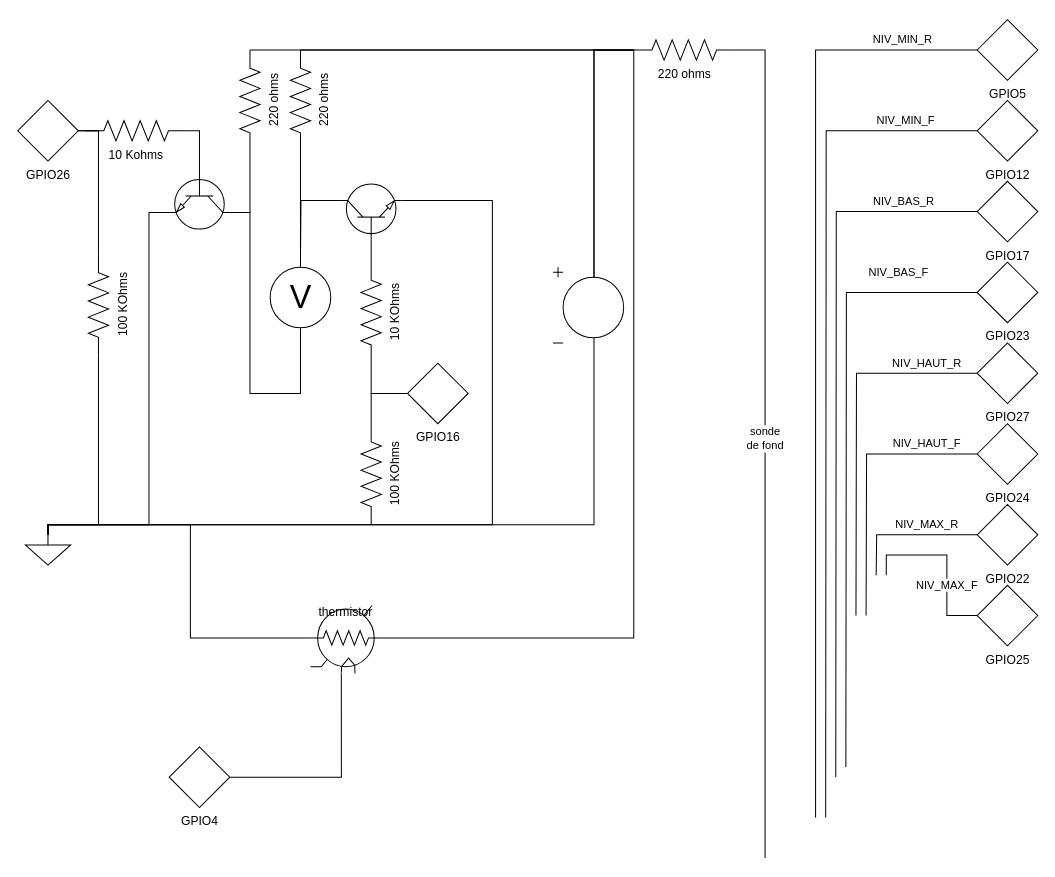
The draw.io diagram CabanaSucre.drawio in elfelip/cabanasucre, before the edit. Source tidied: cells renumbered, new cells numbered last; positions are measured from the earlier drawing's top-left corner, leaving out a move shared by most shapes. Both pictures are drawn from the tidied source at 101%, with x=0, y=0 at pixel (17, 19).
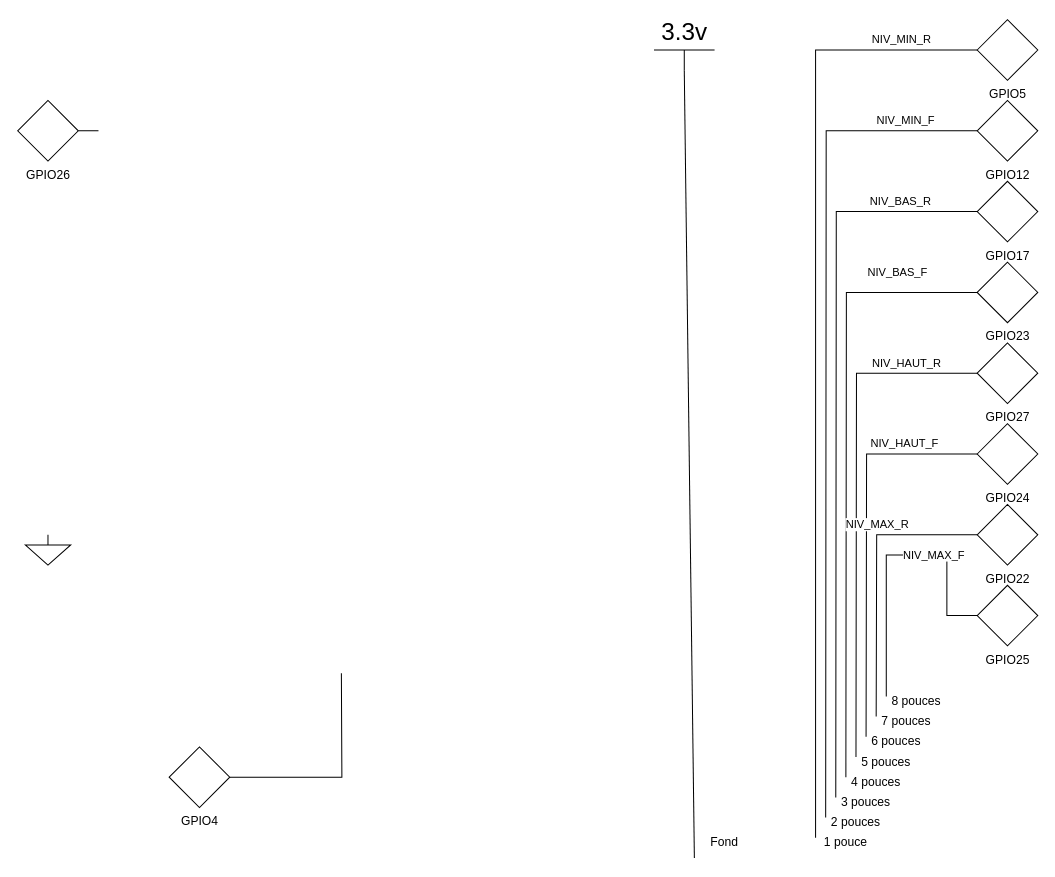
Above is the later version.

Unchanged cells that the change refers to:
```xml
<mxCell id="9" value="GPIO5" style="verticalLabelPosition=bottom;shadow=0;dashed=0;align=center;html=1;verticalAlign=top;shape=mxgraph.electrical.signal_sources.source;points=[[0.5,0,0],[1,0.5,0],[0.5,1,0],[0,0.5,0]];elSignalType=none;elSourceType=dependent;" parent="1" vertex="1">
  <mxGeometry x="950" width="60" height="60" as="geometry" />
</mxCell>
<mxCell id="13" value="GPIO17" style="verticalLabelPosition=bottom;shadow=0;dashed=0;align=center;html=1;verticalAlign=top;shape=mxgraph.electrical.signal_sources.source;points=[[0.5,0,0],[1,0.5,0],[0.5,1,0],[0,0.5,0]];elSignalType=none;elSourceType=dependent;" parent="1" vertex="1">
  <mxGeometry x="950" y="160" width="60" height="60" as="geometry" />
</mxCell>
<mxCell id="15" value="GPIO23" style="verticalLabelPosition=bottom;shadow=0;dashed=0;align=center;html=1;verticalAlign=top;shape=mxgraph.electrical.signal_sources.source;points=[[0.5,0,0],[1,0.5,0],[0.5,1,0],[0,0.5,0]];elSignalType=none;elSourceType=dependent;" parent="1" vertex="1">
  <mxGeometry x="950" y="240" width="60" height="60" as="geometry" />
</mxCell>
<mxCell id="17" value="GPIO27" style="verticalLabelPosition=bottom;shadow=0;dashed=0;align=center;html=1;verticalAlign=top;shape=mxgraph.electrical.signal_sources.source;points=[[0.5,0,0],[1,0.5,0],[0.5,1,0],[0,0.5,0]];elSignalType=none;elSourceType=dependent;" parent="1" vertex="1">
  <mxGeometry x="950" y="320" width="60" height="60" as="geometry" />
</mxCell>
<mxCell id="19" value="GPIO24" style="verticalLabelPosition=bottom;shadow=0;dashed=0;align=center;html=1;verticalAlign=top;shape=mxgraph.electrical.signal_sources.source;points=[[0.5,0,0],[1,0.5,0],[0.5,1,0],[0,0.5,0]];elSignalType=none;elSourceType=dependent;" parent="1" vertex="1">
  <mxGeometry x="950" y="400" width="60" height="60" as="geometry" />
</mxCell>
<mxCell id="21" value="GPIO22" style="verticalLabelPosition=bottom;shadow=0;dashed=0;align=center;html=1;verticalAlign=top;shape=mxgraph.electrical.signal_sources.source;points=[[0.5,0,0],[1,0.5,0],[0.5,1,0],[0,0.5,0]];elSignalType=none;elSourceType=dependent;" parent="1" vertex="1">
  <mxGeometry x="950" y="480" width="60" height="60" as="geometry" />
</mxCell>
<mxCell id="23" value="GPIO25" style="verticalLabelPosition=bottom;shadow=0;dashed=0;align=center;html=1;verticalAlign=top;shape=mxgraph.electrical.signal_sources.source;points=[[0.5,0,0],[1,0.5,0],[0.5,1,0],[0,0.5,0]];elSignalType=none;elSourceType=dependent;" parent="1" vertex="1">
  <mxGeometry x="950" y="560" width="60" height="60" as="geometry" />
</mxCell>
<mxCell id="31" style="verticalLabelPosition=bottom;shadow=0;dashed=0;align=center;html=1;verticalAlign=top;shape=mxgraph.electrical.signal_sources.signal_ground;" parent="1" vertex="1">
  <mxGeometry x="7.5" y="510" width="45" height="30" as="geometry" />
</mxCell>
<mxCell id="33" value="GPIO26" style="verticalLabelPosition=bottom;shadow=0;dashed=0;align=center;html=1;verticalAlign=top;shape=mxgraph.electrical.signal_sources.source;points=[[0.5,0,0],[1,0.5,0],[0.5,1,0],[0,0.5,0]];elSignalType=none;elSourceType=dependent;" parent="1" vertex="1">
  <mxGeometry y="80" width="60" height="60" as="geometry" />
</mxCell>
<mxCell id="51" value="GPIO4" style="verticalLabelPosition=bottom;shadow=0;dashed=0;align=center;html=1;verticalAlign=top;shape=mxgraph.electrical.signal_sources.source;points=[[0.5,0,0],[1,0.5,0],[0.5,1,0],[0,0.5,0]];elSignalType=none;elSourceType=dependent;" parent="1" vertex="1">
  <mxGeometry x="150" y="720" width="60" height="60" as="geometry" />
</mxCell>
```

The edit, as a diff of the source:
```diff
@@
-    <mxCell id="2" style="edgeStyle=orthogonalEdgeStyle;rounded=0;jettySize=auto;html=1;entryX=0;entryY=0.5;entryDx=0;entryDy=0;entryPerimeter=0;exitX=0.58;exitY=0.135;exitDx=0;exitDy=0;exitPerimeter=0;endArrow=none;endFill=0;" parent="1" edge="1" source="4" target="7">
-      <mxGeometry relative="1" as="geometry">
-        <Array as="points">
-          <mxPoint x="571" y="30" />
-        </Array>
-      </mxGeometry>
-    </mxCell>
-    <mxCell id="3" style="edgeStyle=orthogonalEdgeStyle;rounded=0;jettySize=auto;html=1;exitX=0.58;exitY=0.935;exitDx=0;exitDy=0;exitPerimeter=0;endArrow=none;endFill=0;entryX=0.5;entryY=0;entryDx=0;entryDy=0;entryPerimeter=0;" parent="1" edge="1" source="4" target="31">
-      <mxGeometry relative="1" as="geometry">
-        <Array as="points">
-          <mxPoint x="571" y="500" />
-        </Array>
-      </mxGeometry>
-    </mxCell>
-    <mxCell id="4" style="verticalLabelPosition=bottom;shadow=0;dashed=0;align=center;html=1;verticalAlign=top;shape=mxgraph.electrical.signal_sources.dc_source_1;" parent="1" vertex="1">
-      <mxGeometry x="530" y="245" width="70" height="75" as="geometry" />
-    </mxCell>
-    <mxCell id="5" value="&lt;div&gt;sonde&lt;/div&gt;&lt;div&gt;de fond&lt;br&gt;&lt;/div&gt;" style="edgeStyle=orthogonalEdgeStyle;rounded=0;jettySize=auto;html=1;exitX=1;exitY=0.5;exitDx=0;exitDy=0;exitPerimeter=0;endArrow=none;endFill=0;" parent="1" edge="1" source="7">
-      <mxGeometry relative="1" as="geometry">
-        <mxPoint x="740" y="830" as="targetPoint" />
-        <Array as="points">
-          <mxPoint x="740" y="30" />
-        </Array>
-      </mxGeometry>
-    </mxCell>
-    <mxCell id="6" style="edgeStyle=orthogonalEdgeStyle;rounded=0;jettySize=auto;html=1;exitX=0;exitY=0.5;exitDx=0;exitDy=0;exitPerimeter=0;entryX=1;entryY=0.5;entryDx=0;entryDy=0;entryPerimeter=0;endArrow=none;endFill=0;" parent="1" edge="1" source="7" target="37">
-      <mxGeometry relative="1" as="geometry">
-        <Array as="points">
-          <mxPoint x="480" y="30" />
-          <mxPoint x="480" y="30" />
-        </Array>
-      </mxGeometry>
-    </mxCell>
-    <mxCell id="7" value="220 ohms" style="verticalLabelPosition=bottom;shadow=0;dashed=0;align=center;html=1;verticalAlign=top;shape=mxgraph.electrical.resistors.resistor_2;" parent="1" vertex="1">
-      <mxGeometry x="610" y="20" width="100" height="20" as="geometry" />
-    </mxCell>
     <mxCell id="8" value="NIV_MIN_R" style="edgeStyle=orthogonalEdgeStyle;rounded=0;jettySize=auto;html=1;endArrow=none;endFill=0;exitX=0;exitY=0.5;exitDx=0;exitDy=0;exitPerimeter=0;" parent="1" edge="1" source="9">
       <mxGeometry x="-0.84" y="-10" relative="1" as="geometry">
-        <mxPoint x="790" y="790" as="targetPoint" />
+        <mxPoint x="790" y="810" as="targetPoint" />
         <Array as="points">
           <mxPoint x="790" y="30" />
         </Array>
       </mxGeometry>
     </mxCell>
@@
     <mxCell id="12" value="NIV_BAS_R" style="edgeStyle=orthogonalEdgeStyle;rounded=0;jettySize=auto;html=1;endArrow=none;endFill=0;" parent="1" edge="1" source="13">
       <mxGeometry x="-0.79" y="-10" relative="1" as="geometry">
-        <mxPoint x="810" y="750" as="targetPoint" />
+        <mxPoint x="810" y="770" as="targetPoint" />
       </mxGeometry>
     </mxCell>
@@
     <mxCell id="14" value="NIV_BAS_F" style="edgeStyle=orthogonalEdgeStyle;rounded=0;jettySize=auto;html=1;exitX=0;exitY=0.5;exitDx=0;exitDy=0;exitPerimeter=0;endArrow=none;endFill=0;" parent="1" edge="1" source="15">
       <mxGeometry x="-0.74" y="-20" relative="1" as="geometry">
-        <mxPoint x="820" y="740" as="targetPoint" />
+        <mxPoint x="820" y="750" as="targetPoint" />
       </mxGeometry>
     </mxCell>
@@
     <mxCell id="16" value="NIV_HAUT_R" style="edgeStyle=orthogonalEdgeStyle;rounded=0;jettySize=auto;html=1;endArrow=none;endFill=0;" parent="1" edge="1" source="17">
       <mxGeometry x="-0.72" y="-10" relative="1" as="geometry">
-        <mxPoint x="830" y="590" as="targetPoint" />
+        <mxPoint x="830" y="730" as="targetPoint" />
       </mxGeometry>
     </mxCell>
@@
     <mxCell id="18" value="&lt;div&gt;NIV_HAUT_F&lt;/div&gt;" style="edgeStyle=orthogonalEdgeStyle;rounded=0;jettySize=auto;html=1;endArrow=none;endFill=0;" parent="1" edge="1" source="19">
       <mxGeometry x="-0.63" y="-10" relative="1" as="geometry">
-        <mxPoint x="840" y="590" as="targetPoint" />
+        <mxPoint x="840" y="710" as="targetPoint" />
       </mxGeometry>
     </mxCell>
@@
     <mxCell id="20" value="NIV_MAX_R" style="edgeStyle=orthogonalEdgeStyle;rounded=0;jettySize=auto;html=1;endArrow=none;endFill=0;" parent="1" edge="1" source="21">
       <mxGeometry x="-0.29" y="-10" relative="1" as="geometry">
-        <mxPoint x="850" y="550" as="targetPoint" />
+        <mxPoint x="850" y="690" as="targetPoint" />
       </mxGeometry>
     </mxCell>
@@
     <mxCell id="22" value="NIV_MAX_F" style="edgeStyle=orthogonalEdgeStyle;rounded=0;jettySize=auto;html=1;endArrow=none;endFill=0;" parent="1" edge="1" source="23">
       <mxGeometry x="-0.29" relative="1" as="geometry">
-        <mxPoint x="860" y="550" as="targetPoint" />
+        <mxPoint x="860" y="670" as="targetPoint" />
         <Array as="points">
           <mxPoint x="920" y="590" />
           <mxPoint x="920" y="530" />
           <mxPoint x="860" y="530" />
         </Array>
       </mxGeometry>
     </mxCell>
@@
-    <mxCell id="24" value="V" style="verticalLabelPosition=middle;shadow=0;dashed=0;align=center;html=1;verticalAlign=middle;strokeWidth=1;shape=ellipse;fontSize=32;perimeter=ellipsePerimeter;" parent="1" vertex="1">
-      <mxGeometry x="250" y="245" width="60" height="60" as="geometry" />
-    </mxCell>
-    <mxCell id="25" style="edgeStyle=orthogonalEdgeStyle;rounded=0;jettySize=auto;html=1;exitX=0.7;exitY=1;exitDx=0;exitDy=0;exitPerimeter=0;endArrow=none;endFill=0;" parent="1" edge="1" source="27" target="31">
-      <mxGeometry relative="1" as="geometry">
-        <Array as="points">
-          <mxPoint x="130" y="191" />
-          <mxPoint x="130" y="500" />
-          <mxPoint x="30" y="500" />
-        </Array>
-      </mxGeometry>
-    </mxCell>
-    <mxCell id="26" style="edgeStyle=orthogonalEdgeStyle;rounded=0;jettySize=auto;html=1;exitX=0.7;exitY=0;exitDx=0;exitDy=0;exitPerimeter=0;entryX=0.5;entryY=1;entryDx=0;entryDy=0;endArrow=none;endFill=0;" parent="1" edge="1" source="27" target="24">
-      <mxGeometry relative="1" as="geometry">
-        <Array as="points">
-          <mxPoint x="230" y="191" />
-          <mxPoint x="230" y="370" />
-          <mxPoint x="280" y="370" />
-        </Array>
-      </mxGeometry>
-    </mxCell>
-    <mxCell id="27" style="verticalLabelPosition=bottom;shadow=0;dashed=0;align=center;html=1;verticalAlign=top;shape=mxgraph.electrical.transistors.npn_transistor_1;rotation=90;" parent="1" vertex="1">
-      <mxGeometry x="150" y="150" width="60" height="60" as="geometry" />
-    </mxCell>
-    <mxCell id="28" style="edgeStyle=orthogonalEdgeStyle;rounded=0;jettySize=auto;html=1;exitX=0;exitY=0.5;exitDx=0;exitDy=0;exitPerimeter=0;entryX=0.5;entryY=0;entryDx=0;entryDy=0;entryPerimeter=0;endArrow=none;endFill=0;" parent="1" edge="1" source="30" target="31">
-      <mxGeometry relative="1" as="geometry">
-        <Array as="points">
-          <mxPoint x="80" y="500" />
-          <mxPoint x="30" y="500" />
-        </Array>
-      </mxGeometry>
-    </mxCell>
-    <mxCell id="29" style="edgeStyle=orthogonalEdgeStyle;rounded=0;jettySize=auto;html=1;exitX=1;exitY=0.5;exitDx=0;exitDy=0;exitPerimeter=0;endArrow=none;endFill=0;entryX=1;entryY=0.5;entryDx=0;entryDy=0;entryPerimeter=0;" parent="1" edge="1" source="30" target="33">
-      <mxGeometry relative="1" as="geometry">
-        <Array as="points">
-          <mxPoint x="80" y="110" />
-        </Array>
-      </mxGeometry>
-    </mxCell>
-    <mxCell id="30" value="100 KOhms" style="verticalLabelPosition=bottom;shadow=0;dashed=0;align=center;html=1;verticalAlign=top;shape=mxgraph.electrical.resistors.resistor_2;rotation=-90;" parent="1" vertex="1">
-      <mxGeometry x="30" y="272.5" width="100" height="20" as="geometry" />
-    </mxCell>
@@
-    <mxCell id="32" style="edgeStyle=orthogonalEdgeStyle;rounded=0;jettySize=auto;html=1;endArrow=none;endFill=0;" parent="1" edge="1" source="33" target="35">
-      <mxGeometry relative="1" as="geometry" />
+    <mxCell id="32" style="edgeStyle=orthogonalEdgeStyle;rounded=0;jettySize=auto;html=1;endArrow=none;endFill=0;" parent="1" edge="1" source="33">
+      <mxGeometry relative="1" as="geometry">
+        <mxPoint x="67.3" y="110" as="targetPoint" />
+      </mxGeometry>
     </mxCell>
@@
-    <mxCell id="34" style="edgeStyle=orthogonalEdgeStyle;rounded=0;jettySize=auto;html=1;exitX=1;exitY=0.5;exitDx=0;exitDy=0;exitPerimeter=0;endArrow=none;endFill=0;entryX=0;entryY=0.5;entryDx=0;entryDy=0;entryPerimeter=0;" parent="1" edge="1" source="35" target="27">
-      <mxGeometry relative="1" as="geometry">
-        <Array as="points">
-          <mxPoint x="180" y="110" />
-        </Array>
-      </mxGeometry>
-    </mxCell>
-    <mxCell id="35" value="10 Kohms" style="verticalLabelPosition=bottom;shadow=0;dashed=0;align=center;html=1;verticalAlign=top;shape=mxgraph.electrical.resistors.resistor_2;" parent="1" vertex="1">
-      <mxGeometry x="67.3" y="100" width="100" height="20" as="geometry" />
-    </mxCell>
-    <mxCell id="36" style="edgeStyle=orthogonalEdgeStyle;rounded=0;jettySize=auto;html=1;exitX=0;exitY=0.5;exitDx=0;exitDy=0;exitPerimeter=0;entryX=0.5;entryY=0;entryDx=0;entryDy=0;endArrow=none;endFill=0;" parent="1" edge="1" source="37" target="24">
-      <mxGeometry relative="1" as="geometry" />
-    </mxCell>
-    <mxCell id="37" value="220 ohms" style="verticalLabelPosition=bottom;shadow=0;dashed=0;align=center;html=1;verticalAlign=top;shape=mxgraph.electrical.resistors.resistor_2;rotation=-90;" parent="1" vertex="1">
-      <mxGeometry x="230" y="70" width="100" height="20" as="geometry" />
-    </mxCell>
-    <mxCell id="38" style="edgeStyle=orthogonalEdgeStyle;rounded=0;jettySize=auto;html=1;exitX=0.7;exitY=0;exitDx=0;exitDy=0;exitPerimeter=0;endArrow=none;endFill=0;" parent="1" edge="1" source="40">
-      <mxGeometry relative="1" as="geometry">
-        <mxPoint x="280" y="240" as="targetPoint" />
-      </mxGeometry>
-    </mxCell>
-    <mxCell id="39" style="edgeStyle=orthogonalEdgeStyle;rounded=0;jettySize=auto;html=1;exitX=0.7;exitY=1;exitDx=0;exitDy=0;exitPerimeter=0;entryX=0.5;entryY=0;entryDx=0;entryDy=0;entryPerimeter=0;endArrow=none;endFill=0;" parent="1" edge="1" source="40" target="31">
-      <mxGeometry relative="1" as="geometry">
-        <Array as="points">
-          <mxPoint x="470" y="179" />
-          <mxPoint x="470" y="500" />
-          <mxPoint x="30" y="500" />
-        </Array>
-      </mxGeometry>
-    </mxCell>
-    <mxCell id="40" style="verticalLabelPosition=bottom;shadow=0;dashed=0;align=center;html=1;verticalAlign=top;shape=mxgraph.electrical.transistors.npn_transistor_1;rotation=-90;" parent="1" vertex="1">
-      <mxGeometry x="320" y="160" width="60" height="60" as="geometry" />
-    </mxCell>
-    <mxCell id="41" style="edgeStyle=orthogonalEdgeStyle;rounded=0;jettySize=auto;html=1;entryX=1;entryY=0.5;entryDx=0;entryDy=0;entryPerimeter=0;endArrow=none;endFill=0;" parent="1" edge="1" source="42" target="43">
-      <mxGeometry relative="1" as="geometry" />
-    </mxCell>
-    <mxCell id="42" value="GPIO16" style="verticalLabelPosition=bottom;shadow=0;dashed=0;align=center;html=1;verticalAlign=top;shape=mxgraph.electrical.signal_sources.source;points=[[0.5,0,0],[1,0.5,0],[0.5,1,0],[0,0.5,0]];elSignalType=none;elSourceType=dependent;" parent="1" vertex="1">
-      <mxGeometry x="386" y="340" width="60" height="60" as="geometry" />
-    </mxCell>
-    <mxCell id="43" value="100 KOhms" style="verticalLabelPosition=bottom;shadow=0;dashed=0;align=center;html=1;verticalAlign=top;shape=mxgraph.electrical.resistors.resistor_2;rotation=-90;" parent="1" vertex="1">
-      <mxGeometry x="300" y="440" width="100" height="20" as="geometry" />
-    </mxCell>
-    <mxCell id="44" style="edgeStyle=orthogonalEdgeStyle;rounded=0;jettySize=auto;html=1;exitX=0;exitY=0.5;exitDx=0;exitDy=0;exitPerimeter=0;entryX=0;entryY=0.5;entryDx=0;entryDy=0;entryPerimeter=0;endArrow=none;endFill=0;" parent="1" edge="1" source="46" target="42">
-      <mxGeometry relative="1" as="geometry" />
-    </mxCell>
-    <mxCell id="45" style="edgeStyle=orthogonalEdgeStyle;rounded=0;jettySize=auto;html=1;exitX=1;exitY=0.5;exitDx=0;exitDy=0;exitPerimeter=0;entryX=0;entryY=0.5;entryDx=0;entryDy=0;entryPerimeter=0;endArrow=none;endFill=0;" parent="1" edge="1" source="46" target="40">
-      <mxGeometry relative="1" as="geometry" />
-    </mxCell>
-    <mxCell id="46" value="10 KOhms" style="verticalLabelPosition=bottom;shadow=0;dashed=0;align=center;html=1;verticalAlign=top;shape=mxgraph.electrical.resistors.resistor_2;rotation=-90;" parent="1" vertex="1">
-      <mxGeometry x="300" y="280" width="100" height="20" as="geometry" />
-    </mxCell>
-    <mxCell id="47" style="edgeStyle=orthogonalEdgeStyle;rounded=0;jettySize=auto;html=1;entryX=0.7;entryY=0;entryDx=0;entryDy=0;entryPerimeter=0;endArrow=none;endFill=0;exitX=0;exitY=0.5;exitDx=0;exitDy=0;exitPerimeter=0;" parent="1" edge="1" source="49" target="27">
-      <mxGeometry relative="1" as="geometry" />
-    </mxCell>
-    <mxCell id="48" style="edgeStyle=orthogonalEdgeStyle;rounded=0;jettySize=auto;html=1;exitX=1;exitY=0.5;exitDx=0;exitDy=0;exitPerimeter=0;entryX=0;entryY=0.5;entryDx=0;entryDy=0;entryPerimeter=0;endArrow=none;endFill=0;" parent="1" edge="1" source="49" target="7">
-      <mxGeometry relative="1" as="geometry">
-        <Array as="points">
-          <mxPoint x="320" y="30" />
-          <mxPoint x="320" y="30" />
-        </Array>
-      </mxGeometry>
-    </mxCell>
-    <mxCell id="49" value="220 ohms" style="verticalLabelPosition=bottom;shadow=0;dashed=0;align=center;html=1;verticalAlign=top;shape=mxgraph.electrical.resistors.resistor_2;rotation=-90;" parent="1" vertex="1">
-      <mxGeometry x="180" y="70" width="100" height="20" as="geometry" />
-    </mxCell>
-    <mxCell id="50" style="edgeStyle=orthogonalEdgeStyle;rounded=0;jettySize=auto;html=1;entryX=0.435;entryY=1;entryDx=0;entryDy=0;entryPerimeter=0;endArrow=none;endFill=0;" parent="1" edge="1" source="51" target="54">
-      <mxGeometry relative="1" as="geometry" />
+    <mxCell id="50" style="edgeStyle=orthogonalEdgeStyle;rounded=0;jettySize=auto;html=1;entryX=0.435;entryY=1;entryDx=0;entryDy=0;entryPerimeter=0;endArrow=none;endFill=0;" parent="1" edge="1" source="51">
+      <mxGeometry relative="1" as="geometry">
+        <mxPoint x="320.5" y="647.2" as="targetPoint" />
+      </mxGeometry>
     </mxCell>
@@
-    <mxCell id="52" style="edgeStyle=orthogonalEdgeStyle;rounded=0;jettySize=auto;html=1;exitX=0;exitY=0.48;exitDx=0;exitDy=0;exitPerimeter=0;entryX=0.5;entryY=0;entryDx=0;entryDy=0;entryPerimeter=0;endArrow=none;endFill=0;" parent="1" edge="1" source="54" target="31">
-      <mxGeometry relative="1" as="geometry">
-        <Array as="points">
-          <mxPoint x="171" y="612" />
-          <mxPoint x="171" y="500" />
-          <mxPoint x="30" y="500" />
-        </Array>
-      </mxGeometry>
-    </mxCell>
-    <mxCell id="53" style="edgeStyle=orthogonalEdgeStyle;rounded=0;jettySize=auto;html=1;exitX=1;exitY=0.48;exitDx=0;exitDy=0;exitPerimeter=0;endArrow=none;endFill=0;entryX=0.58;entryY=0.135;entryDx=0;entryDy=0;entryPerimeter=0;" parent="1" edge="1" source="54" target="4">
-      <mxGeometry relative="1" as="geometry">
-        <Array as="points">
-          <mxPoint x="610" y="612" />
-          <mxPoint x="610" y="30" />
-          <mxPoint x="571" y="30" />
-        </Array>
-      </mxGeometry>
-    </mxCell>
-    <mxCell id="54" value="thermistor" style="shape=mxgraph.electrical.abstract.thermistor_with_independent_integral_heater;html=1;shadow=0;dashed=0;strokeWidth=1;align=center;overflow=fill;fontSize=12;" parent="1" vertex="1">
-      <mxGeometry x="290" y="580" width="70" height="67.2" as="geometry" />
-    </mxCell>
+    <mxCell id="55" value="3.3v" style="verticalLabelPosition=top;verticalAlign=bottom;shape=mxgraph.electrical.signal_sources.vdd;shadow=0;dashed=0;align=center;strokeWidth=1;fontSize=24;html=1;flipV=1;" parent="1" vertex="1">
+      <mxGeometry x="630" y="30" width="60" height="20" as="geometry" />
+    </mxCell>
+    <mxCell id="56" style="endArrow=none;html=1;rounded=0;entryX=0.5;entryY=0;entryDx=0;entryDy=0;entryPerimeter=0;" parent="1" edge="1" target="55">
+      <mxGeometry relative="1" as="geometry">
+        <mxPoint x="670" y="830" as="sourcePoint" />
+      </mxGeometry>
+    </mxCell>
+    <mxCell id="57" value="Fond" style="text;html=1;strokeColor=none;fillColor=none;align=center;verticalAlign=middle;whiteSpace=wrap;rounded=0;" parent="1" vertex="1">
+      <mxGeometry x="670" y="800" width="60" height="30" as="geometry" />
+    </mxCell>
+    <mxCell id="58" value="1 pouce" style="text;html=1;strokeColor=none;fillColor=none;align=center;verticalAlign=middle;whiteSpace=wrap;rounded=0;" parent="1" vertex="1">
+      <mxGeometry x="790" y="800" width="60" height="30" as="geometry" />
+    </mxCell>
+    <mxCell id="59" value="2 pouces" style="text;html=1;strokeColor=none;fillColor=none;align=center;verticalAlign=middle;whiteSpace=wrap;rounded=0;" parent="1" vertex="1">
+      <mxGeometry x="800" y="780" width="60" height="30" as="geometry" />
+    </mxCell>
+    <mxCell id="60" value="3 pouces" style="text;html=1;strokeColor=none;fillColor=none;align=center;verticalAlign=middle;whiteSpace=wrap;rounded=0;" parent="1" vertex="1">
+      <mxGeometry x="810" y="760" width="60" height="30" as="geometry" />
+    </mxCell>
+    <mxCell id="61" value="4 pouces" style="text;html=1;strokeColor=none;fillColor=none;align=center;verticalAlign=middle;whiteSpace=wrap;rounded=0;" parent="1" vertex="1">
+      <mxGeometry x="820" y="740" width="60" height="30" as="geometry" />
+    </mxCell>
+    <mxCell id="62" value="5 pouces" style="text;html=1;strokeColor=none;fillColor=none;align=center;verticalAlign=middle;whiteSpace=wrap;rounded=0;" parent="1" vertex="1">
+      <mxGeometry x="830" y="720" width="60" height="30" as="geometry" />
+    </mxCell>
+    <mxCell id="63" value="6 pouces" style="text;html=1;strokeColor=none;fillColor=none;align=center;verticalAlign=middle;whiteSpace=wrap;rounded=0;" parent="1" vertex="1">
+      <mxGeometry x="840" y="700" width="60" height="30" as="geometry" />
+    </mxCell>
+    <mxCell id="64" value="7 pouces" style="text;html=1;strokeColor=none;fillColor=none;align=center;verticalAlign=middle;whiteSpace=wrap;rounded=0;" parent="1" vertex="1">
+      <mxGeometry x="850" y="680" width="60" height="30" as="geometry" />
+    </mxCell>
+    <mxCell id="65" value="8 pouces" style="text;html=1;strokeColor=none;fillColor=none;align=center;verticalAlign=middle;whiteSpace=wrap;rounded=0;" parent="1" vertex="1">
+      <mxGeometry x="860" y="660" width="60" height="30" as="geometry" />
+    </mxCell>
```
